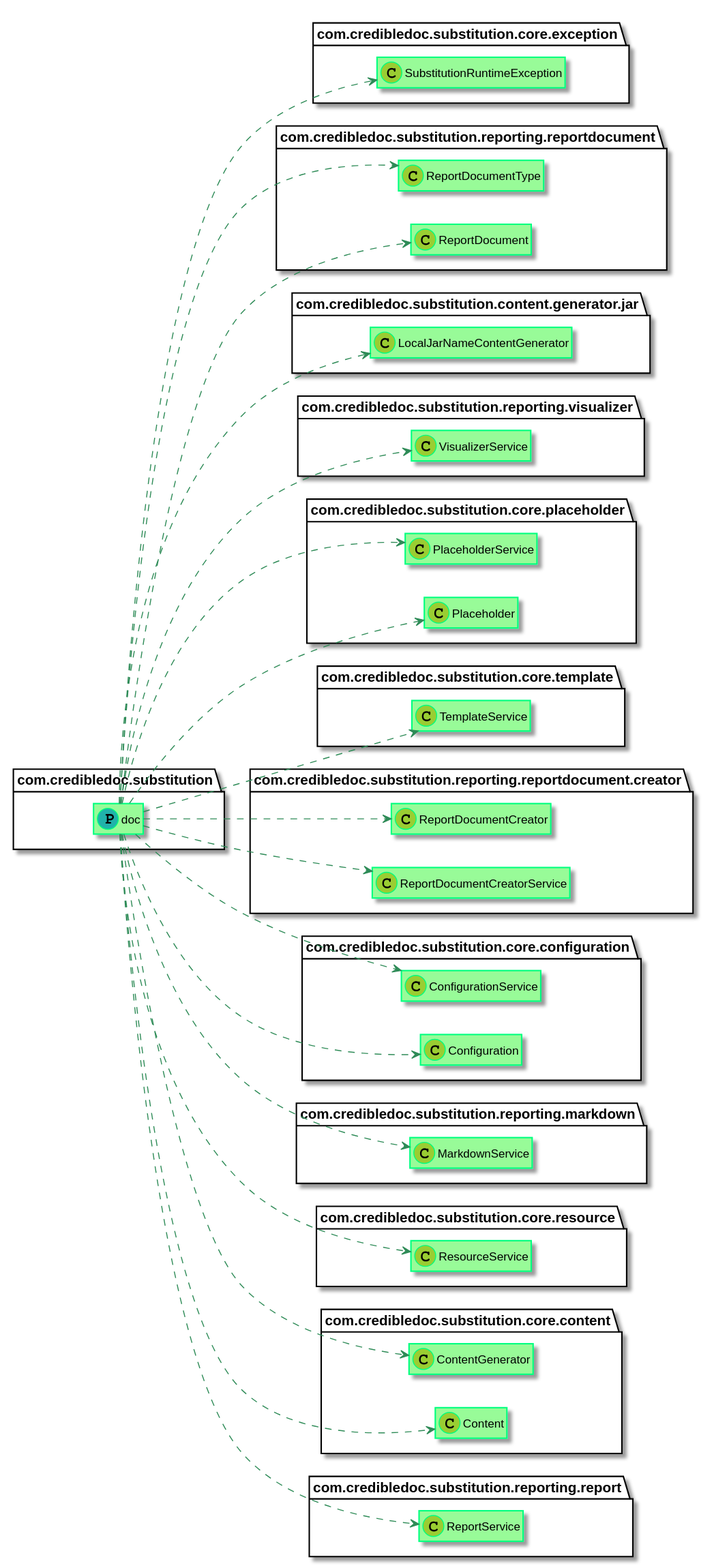
credibledoc/credible-doc keeps this PlantUML diagram as substitution/substitution-doc/doc/img/diagrams.md_5.svg. Above is the earlier version.
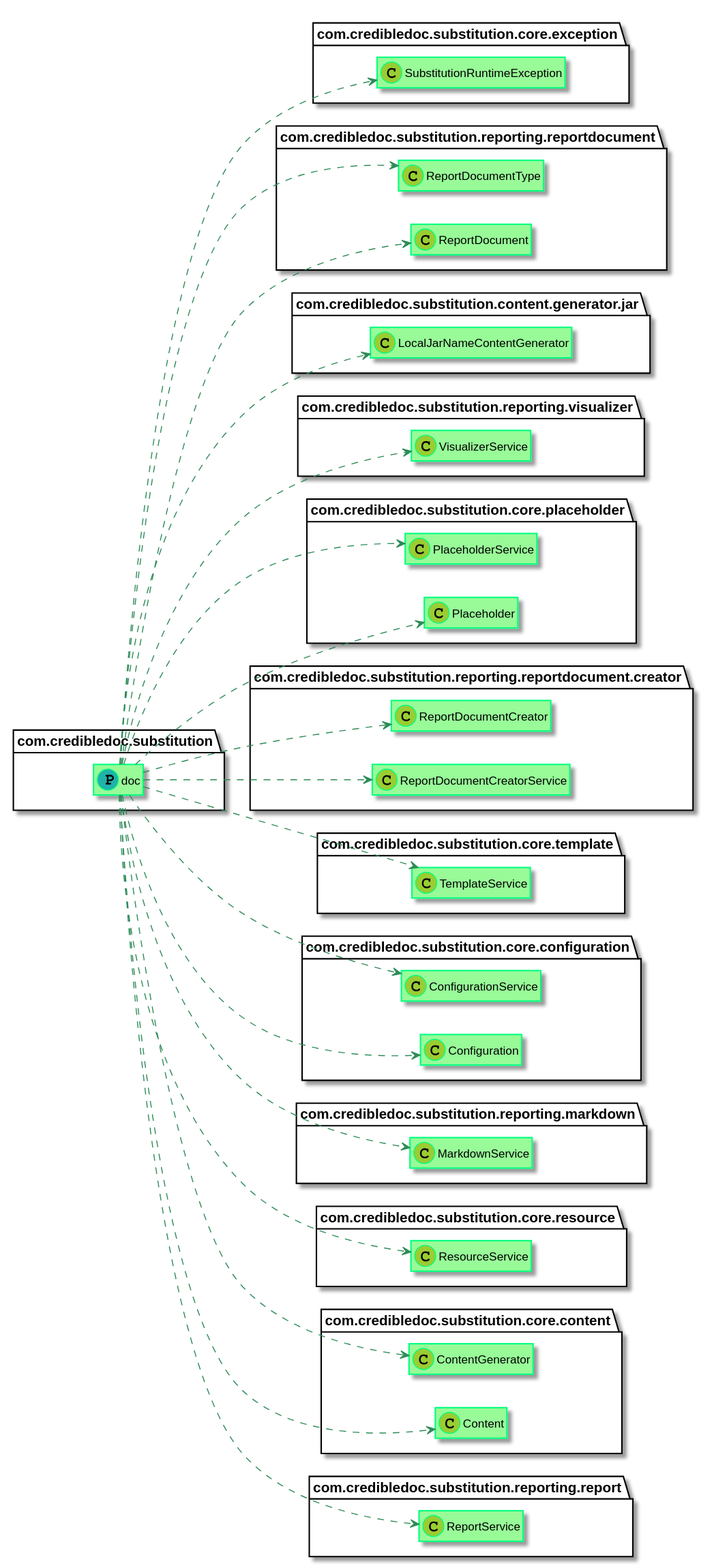
After the commit.

Commit message:
substitution-doc - generated documentation

The edit, as a diff of the source:
```diff
@@ -14,8 +14,8 @@
 Class com.credibledoc.substitution.content.generator.jar.LocalJarNameContentGenerator << (C,YellowGreen) >>
 Class com.credibledoc.substitution.reporting.visualizer.VisualizerService << (C,YellowGreen) >>
 Class com.credibledoc.substitution.core.placeholder.PlaceholderService << (C,YellowGreen) >>
+Class com.credibledoc.substitution.reporting.reportdocument.creator.ReportDocumentCreator << (C,YellowGreen) >>
 Class com.credibledoc.substitution.core.template.TemplateService << (C,YellowGreen) >>
-Class com.credibledoc.substitution.reporting.reportdocument.creator.ReportDocumentCreator << (C,YellowGreen) >>
 Class com.credibledoc.substitution.core.configuration.ConfigurationService << (C,YellowGreen) >>
 Class com.credibledoc.substitution.reporting.markdown.MarkdownService << (C,YellowGreen) >>
 Class com.credibledoc.substitution.core.resource.ResourceService << (C,YellowGreen) >>
@@ -40,7 +40,7 @@
 com.credibledoc.substitution.doc ..> com.credibledoc.substitution.reporting.reportdocument.creator.ReportDocumentCreatorService
 com.credibledoc.substitution.doc ..> com.credibledoc.substitution.core.content.Content
 com.credibledoc.substitution.doc ..> com.credibledoc.substitution.reporting.reportdocument.ReportDocument
+com.credibledoc.substitution.doc ..> com.credibledoc.substitution.reporting.reportdocument.creator.ReportDocumentCreator
 com.credibledoc.substitution.doc ..> com.credibledoc.substitution.core.configuration.Configuration
-com.credibledoc.substitution.doc ..> com.credibledoc.substitution.reporting.reportdocument.creator.ReportDocumentCreator
 com.credibledoc.substitution.doc ..> com.credibledoc.substitution.core.exception.SubstitutionRuntimeException
 @enduml
```
